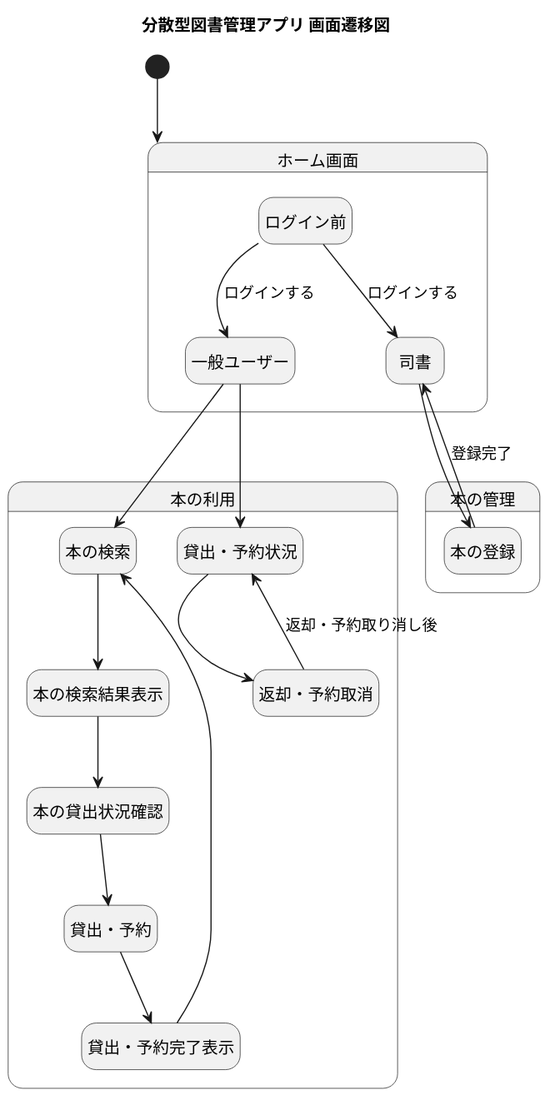
Above: docs/screen_flow/screen_flow_diagram/screen_flow.svg in tomoki-shiozaki/distributed-library (PlantUML), before the change. Source of this version:
```plantuml
@startuml
skinparam defaultFontName "Noto Sans CJK JP"
hide empty description

title 分散型図書管理アプリ 画面遷移図

[*] --> ホーム画面
state ホーム画面 {
    state "ログイン前" as notLogin
    state "一般ユーザー" as user
    state "司書" as librarian
    notLogin --> user : ログインする
    notLogin --> librarian : ログインする
}

state 本の管理 {
    state 本の登録
}
librarian --> 本の登録
本の登録 --> librarian : 登録完了



state 本の利用 {
    state "本の検索" as bookSearch
    state "本の検索結果表示" as searchResult
    state "本の貸出状況確認" as bookStatus
    state "貸出・予約" as borrowAndBook
    state "貸出・予約完了表示" as borrowCompletion

    state "貸出・予約状況" as borrowingBooks
    state "返却・予約取消" as returnAndCancelReservation

    bookSearch --> searchResult
    searchResult --> bookStatus
    bookStatus --> borrowAndBook
    borrowAndBook --> borrowCompletion
    borrowCompletion --> bookSearch

    borrowingBooks --> returnAndCancelReservation
    returnAndCancelReservation --> borrowingBooks : 返却・予約取り消し後
}
user --> bookSearch
user --> borrowingBooks
@enduml
```
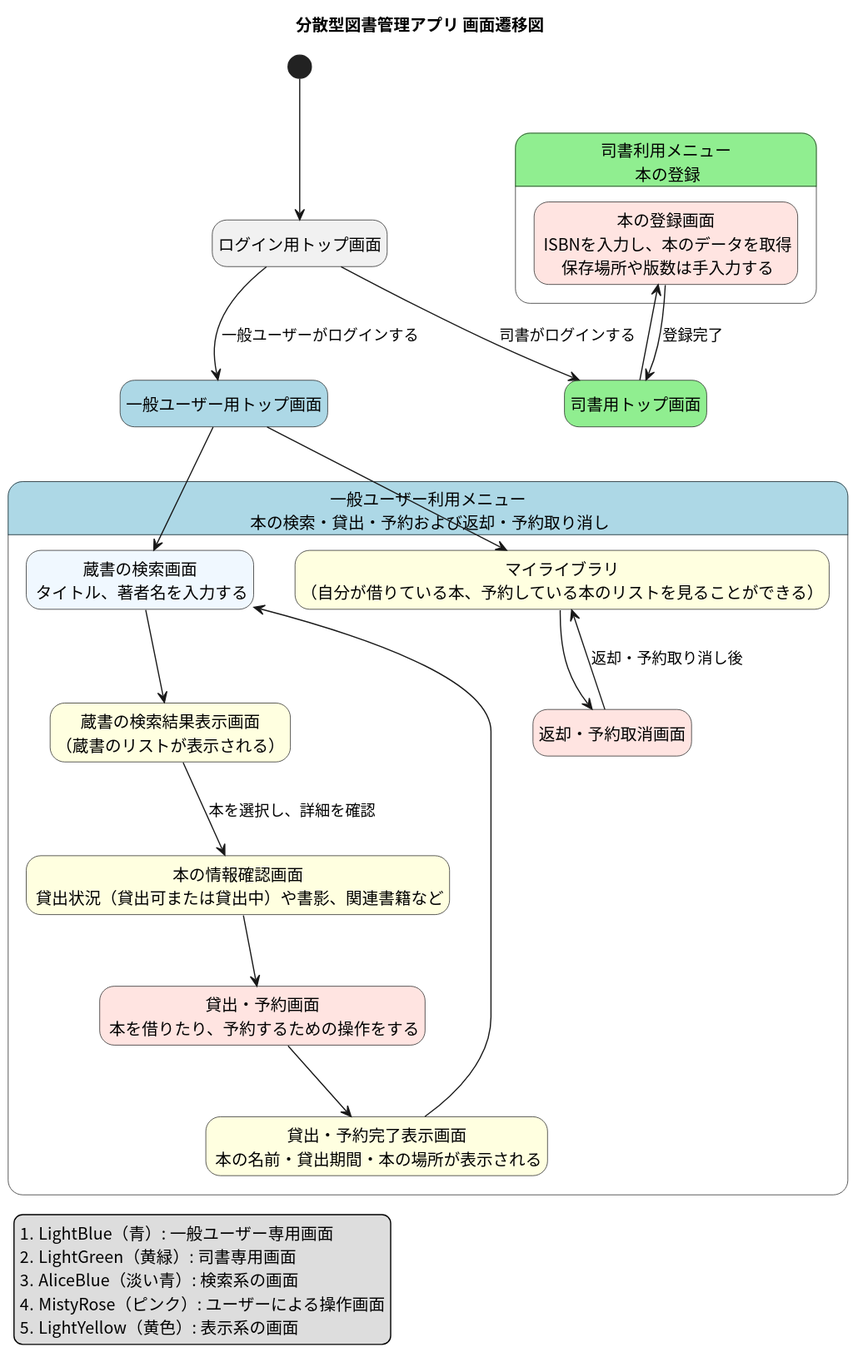
Later version of the same file.

Commit message:
docs: add screen flow diagrams

Change to the diagram source:
```diff
@@ -4,35 +4,43 @@
 
 title 分散型図書管理アプリ 画面遷移図
 
-[*] --> ホーム画面
-state ホーム画面 {
-    state "ログイン前" as notLogin
-    state "一般ユーザー" as user
-    state "司書" as librarian
-    notLogin --> user : ログインする
-    notLogin --> librarian : ログインする
+legend left
+#LightBlue（青）: 一般ユーザー専用画面
+#LightGreen（黄緑）: 司書専用画面
+#AliceBlue（淡い青）: 検索系の画面
+#MistyRose（ピンク）: ユーザーによる操作画面
+#LightYellow（黄色）: 表示系の画面
+end legend
+
+[*] --> notLogin
+
+    state "ログイン用トップ画面" as notLogin
+    state "一般ユーザー用トップ画面" as user #LightBlue
+    state "司書用トップ画面" as librarian #LightGreen
+    notLogin --> user : 一般ユーザーがログインする
+    notLogin --> librarian : 司書がログインする
+
+
+state "司書利用メニュー\n 本の登録" as bookManagement #LightGreen {
+    state "本の登録画面\n ISBNを入力し、本のデータを取得\n 保存場所や版数は手入力する" as bookRegistration <<操作>>
 }
-
-state 本の管理 {
-    state 本の登録
-}
-librarian --> 本の登録
-本の登録 --> librarian : 登録完了
+librarian --> bookRegistration
+bookRegistration --> librarian : 登録完了
 
 
 
-state 本の利用 {
-    state "本の検索" as bookSearch
-    state "本の検索結果表示" as searchResult
-    state "本の貸出状況確認" as bookStatus
-    state "貸出・予約" as borrowAndBook
-    state "貸出・予約完了表示" as borrowCompletion
+state "一般ユーザー利用メニュー\n 本の検索・貸出・予約および返却・予約取り消し" as bookUse #LightBlue {
+    state "蔵書の検索画面\n タイトル、著者名を入力する" as bookSearch <<検索>>
+    state "蔵書の検索結果表示画面\n（蔵書のリストが表示される）" as searchResult <<表示>>
+    state "本の情報確認画面\n 貸出状況（貸出可または貸出中）や書影、関連書籍など" as bookStatus <<表示>>
+    state "貸出・予約画面\n 本を借りたり、予約するための操作をする" as borrowAndBook <<操作>>
+    state "貸出・予約完了表示画面\n 本の名前・貸出期間・本の場所が表示される" as borrowCompletion <<表示>>
 
-    state "貸出・予約状況" as borrowingBooks
-    state "返却・予約取消" as returnAndCancelReservation
+    state "マイライブラリ\n（自分が借りている本、予約している本のリストを見ることができる）" as borrowingBooks <<表示>>
+    state "返却・予約取消画面" as returnAndCancelReservation <<操作>>
 
     bookSearch --> searchResult
-    searchResult --> bookStatus
+    searchResult --> bookStatus : 本を選択し、詳細を確認
     bookStatus --> borrowAndBook
     borrowAndBook --> borrowCompletion
     borrowCompletion --> bookSearch
@@ -42,4 +50,10 @@
 }
 user --> bookSearch
 user --> borrowingBooks
+
+skinparam state {
+  BackgroundColor<<検索>> AliceBlue
+  BackgroundColor<<操作>> MistyRose
+  BackgroundColor<<表示>> LightYellow
+}
 @enduml
```
